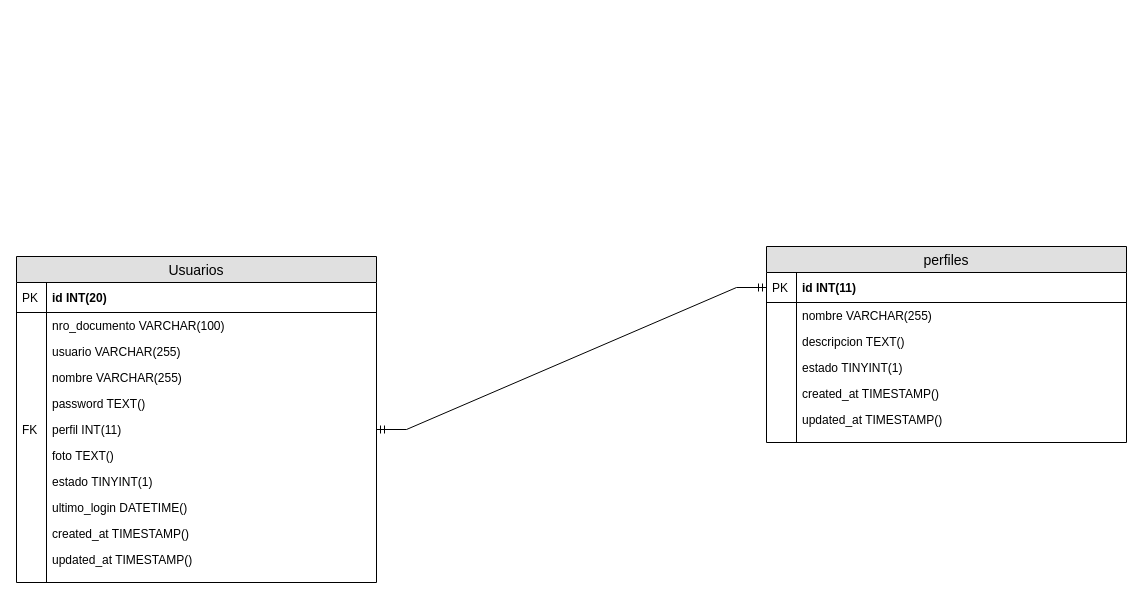
Earlier version of the draw.io diagram assets/db/InventorySystem.drawio (anthourrego/InventorySystem). Source tidied: cells renumbered, new cells numbered last; positions are measured from the earlier drawing's top-left corner, leaving out a move shared by most shapes. Both pictures are drawn from the tidied source at 100%, with x=0, y=0 at pixel (16, 246).
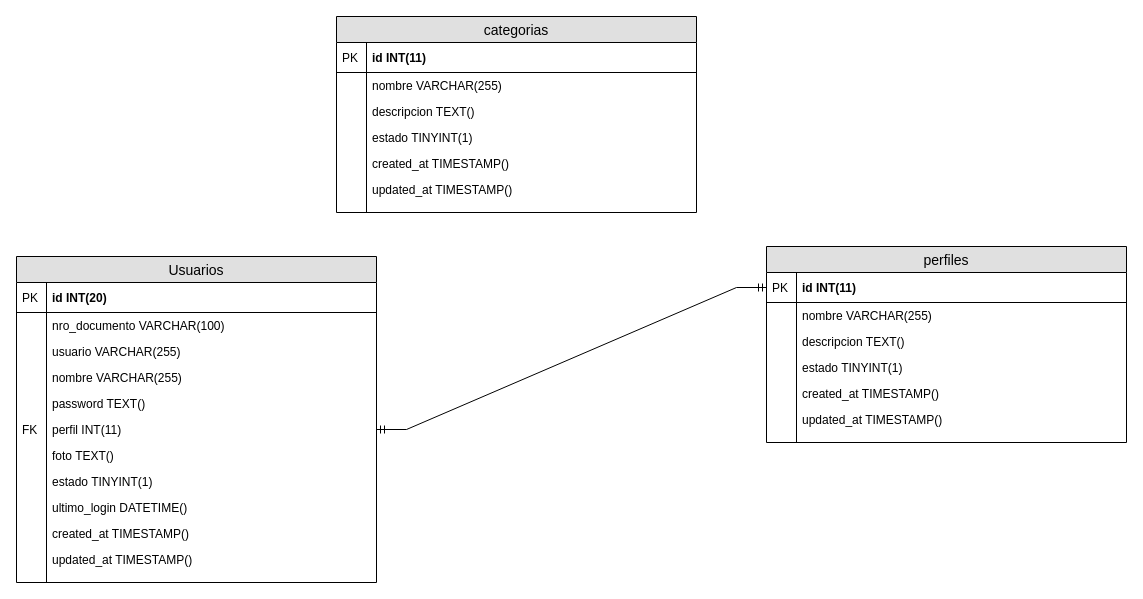
The same diagram, later.

Commit message (it also covers changes not shown here):
Se crea el modulo de categorias

Diff of the diagram source:
```diff
@@
+    <mxCell id="43" value="categorias" style="swimlane;fontStyle=0;horizontal=1;startSize=26;fillColor=#e0e0e0;swimlaneFillColor=#ffffff;align=center;fontSize=14;" parent="1" vertex="1">
+      <mxGeometry x="320" y="-230" width="360" height="196" as="geometry" />
+    </mxCell>
+    <mxCell id="44" value="id INT(11)" style="shape=partialRectangle;top=0;left=0;right=0;bottom=1;align=left;verticalAlign=middle;fillColor=none;spacingLeft=34;spacingRight=4;overflow=hidden;fontStyle=1;fontSize=12;" parent="43" vertex="1">
+      <mxGeometry y="26" width="360" height="30" as="geometry" />
+    </mxCell>
+    <mxCell id="45" value="PK" style="shape=partialRectangle;top=0;left=0;bottom=0;fillColor=none;align=left;verticalAlign=middle;spacingLeft=4;spacingRight=4;overflow=hidden;fontSize=12;" parent="44" vertex="1">
+      <mxGeometry width="30" height="30" as="geometry" />
+    </mxCell>
+    <mxCell id="46" value="nombre VARCHAR(255)" style="shape=partialRectangle;top=0;left=0;right=0;bottom=0;align=left;verticalAlign=top;fillColor=none;spacingLeft=34;spacingRight=4;overflow=hidden;fontSize=12;" parent="43" vertex="1">
+      <mxGeometry y="56" width="360" height="26" as="geometry" />
+    </mxCell>
+    <mxCell id="47" style="shape=partialRectangle;top=0;left=0;bottom=0;fillColor=none;align=left;verticalAlign=top;spacingLeft=4;spacingRight=4;overflow=hidden;fontSize=12;" parent="46" vertex="1">
+      <mxGeometry width="30" height="26" as="geometry" />
+    </mxCell>
+    <mxCell id="48" value="descripcion TEXT()" style="shape=partialRectangle;top=0;left=0;right=0;bottom=0;align=left;verticalAlign=top;fillColor=none;spacingLeft=34;spacingRight=4;overflow=hidden;fontSize=12;" parent="43" vertex="1">
+      <mxGeometry y="82" width="360" height="26" as="geometry" />
+    </mxCell>
+    <mxCell id="49" style="shape=partialRectangle;top=0;left=0;bottom=0;fillColor=none;align=left;verticalAlign=top;spacingLeft=4;spacingRight=4;overflow=hidden;fontSize=12;" parent="48" vertex="1">
+      <mxGeometry width="30" height="26" as="geometry" />
+    </mxCell>
+    <mxCell id="50" value="estado TINYINT(1)" style="shape=partialRectangle;top=0;left=0;right=0;bottom=0;align=left;verticalAlign=top;fillColor=none;spacingLeft=34;spacingRight=4;overflow=hidden;fontSize=12;" parent="43" vertex="1">
+      <mxGeometry y="108" width="360" height="26" as="geometry" />
+    </mxCell>
+    <mxCell id="51" style="shape=partialRectangle;top=0;left=0;bottom=0;fillColor=none;align=left;verticalAlign=top;spacingLeft=4;spacingRight=4;overflow=hidden;fontSize=12;" parent="50" vertex="1">
+      <mxGeometry width="30" height="26" as="geometry" />
+    </mxCell>
+    <mxCell id="52" value="created_at TIMESTAMP()" style="shape=partialRectangle;top=0;left=0;right=0;bottom=0;align=left;verticalAlign=top;fillColor=none;spacingLeft=34;spacingRight=4;overflow=hidden;fontSize=12;" parent="43" vertex="1">
+      <mxGeometry y="134" width="360" height="26" as="geometry" />
+    </mxCell>
+    <mxCell id="53" style="shape=partialRectangle;top=0;left=0;bottom=0;fillColor=none;align=left;verticalAlign=top;spacingLeft=4;spacingRight=4;overflow=hidden;fontSize=12;" parent="52" vertex="1">
+      <mxGeometry width="30" height="26" as="geometry" />
+    </mxCell>
+    <mxCell id="54" value="updated_at TIMESTAMP()" style="shape=partialRectangle;top=0;left=0;right=0;bottom=0;align=left;verticalAlign=top;fillColor=none;spacingLeft=34;spacingRight=4;overflow=hidden;fontSize=12;" parent="43" vertex="1">
+      <mxGeometry y="160" width="360" height="26" as="geometry" />
+    </mxCell>
+    <mxCell id="55" style="shape=partialRectangle;top=0;left=0;bottom=0;fillColor=none;align=left;verticalAlign=top;spacingLeft=4;spacingRight=4;overflow=hidden;fontSize=12;" parent="54" vertex="1">
+      <mxGeometry width="30" height="26" as="geometry" />
+    </mxCell>
+    <mxCell id="56" style="shape=partialRectangle;top=0;left=0;right=0;bottom=0;align=left;verticalAlign=top;fillColor=none;spacingLeft=34;spacingRight=4;overflow=hidden;fontSize=12;" parent="43" vertex="1">
+      <mxGeometry y="186" width="360" height="10" as="geometry" />
+    </mxCell>
+    <mxCell id="57" style="shape=partialRectangle;top=0;left=0;bottom=0;fillColor=none;align=left;verticalAlign=top;spacingLeft=4;spacingRight=4;overflow=hidden;fontSize=12;" parent="56" vertex="1">
+      <mxGeometry width="30" height="10" as="geometry" />
+    </mxCell>
```
